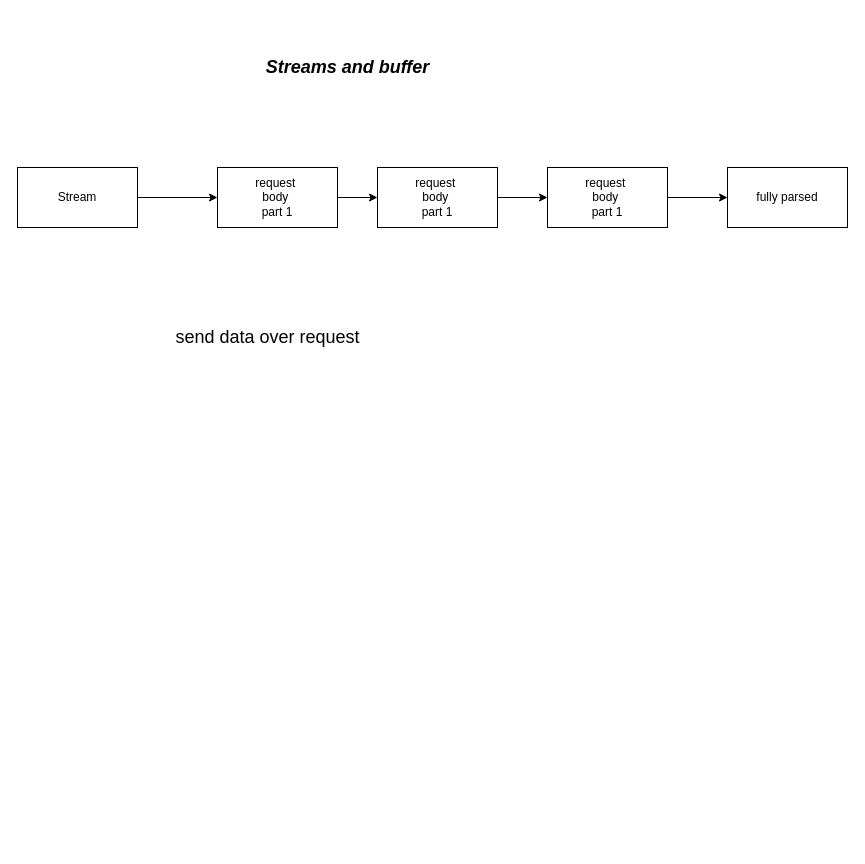
The draw.io diagram NodeJS/Diagrams.drawio in dhanushkumar-amk/Shadcn-Tutorial, before the edit. Source tidied: cells renumbered, new cells numbered last; positions are measured from the earlier drawing's top-left corner, leaving out a move shared by most shapes. Both pictures are drawn from the tidied source at 100%, with x=0, y=0 at pixel (17, 47).
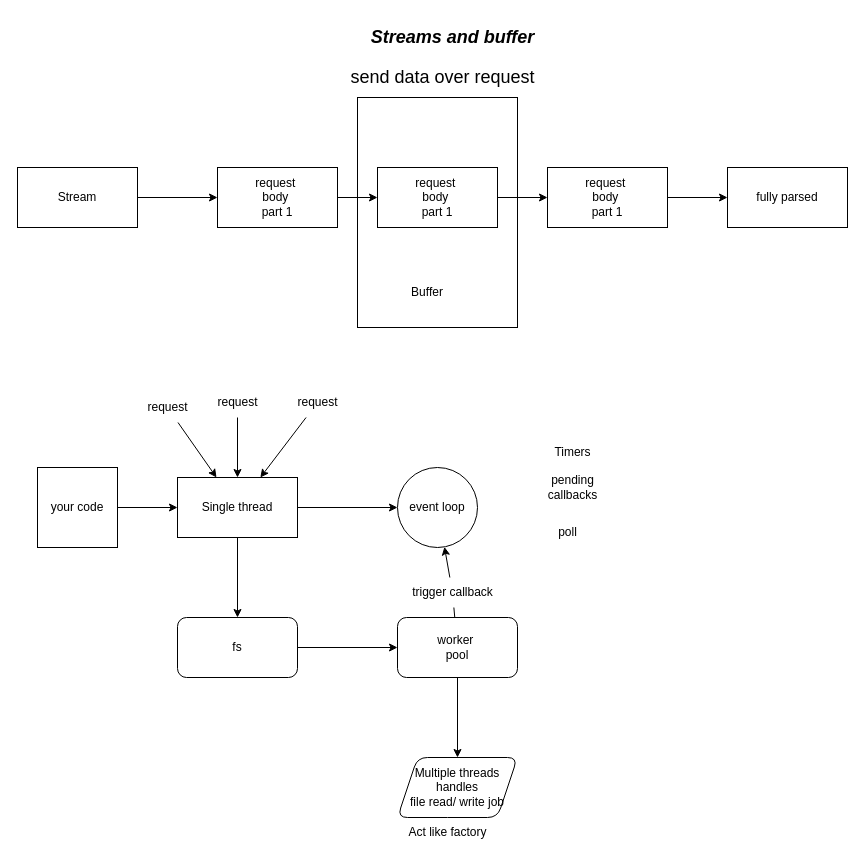
The same diagram, later.

The edit, as a diff of the source:
```diff
@@
+    <mxCell id="13" style="rounded=0;whiteSpace=wrap;html=1;" parent="1" vertex="1">
+      <mxGeometry x="340" y="50" width="160" height="230" as="geometry" />
+    </mxCell>
@@
     <mxCell id="11" value="&lt;font style=&quot;font-size: 18px;&quot;&gt;&lt;b&gt;&lt;i&gt;Streams and buffer&lt;/i&gt;&lt;/b&gt;&lt;/font&gt;" style="text;html=1;align=center;verticalAlign=middle;strokeColor=none;fillColor=none;" parent="1" vertex="1">
-      <mxGeometry x="235" width="190" height="40" as="geometry" />
+      <mxGeometry x="340" y="-30" width="190" height="40" as="geometry" />
     </mxCell>
     <mxCell id="12" value="send data over request" style="text;html=1;align=center;verticalAlign=middle;strokeColor=none;fillColor=none;fontSize=18;" parent="1" vertex="1">
-      <mxGeometry x="145" y="270" width="210" height="40" as="geometry" />
+      <mxGeometry x="320" y="10" width="210" height="40" as="geometry" />
     </mxCell>
+    <mxCell id="14" value="Buffer" style="text;html=1;strokeColor=none;fillColor=none;align=center;verticalAlign=middle;whiteSpace=wrap;rounded=0;" parent="1" vertex="1">
+      <mxGeometry x="380" y="230" width="60" height="30" as="geometry" />
+    </mxCell>
+    <mxCell id="15" style="edgeStyle=none;html=1;" parent="1" edge="1" source="16" target="19">
+      <mxGeometry relative="1" as="geometry" />
+    </mxCell>
+    <mxCell id="16" value="your code" style="whiteSpace=wrap;html=1;" parent="1" vertex="1">
+      <mxGeometry x="20" y="420" width="80" height="80" as="geometry" />
+    </mxCell>
+    <mxCell id="17" style="edgeStyle=none;html=1;" parent="1" edge="1" source="19" target="20">
+      <mxGeometry relative="1" as="geometry" />
+    </mxCell>
+    <mxCell id="18" style="edgeStyle=none;html=1;" parent="1" edge="1" source="19" target="22">
+      <mxGeometry relative="1" as="geometry" />
+    </mxCell>
+    <mxCell id="19" value="Single thread" style="whiteSpace=wrap;html=1;" parent="1" vertex="1">
+      <mxGeometry x="160" y="430" width="120" height="60" as="geometry" />
+    </mxCell>
+    <mxCell id="20" value="event loop" style="ellipse;whiteSpace=wrap;html=1;" parent="1" vertex="1">
+      <mxGeometry x="380" y="420" width="80" height="80" as="geometry" />
+    </mxCell>
+    <mxCell id="21" style="edgeStyle=none;html=1;" parent="1" edge="1" source="22" target="25">
+      <mxGeometry relative="1" as="geometry" />
+    </mxCell>
+    <mxCell id="22" value="fs" style="rounded=1;whiteSpace=wrap;html=1;" parent="1" vertex="1">
+      <mxGeometry x="160" y="570" width="120" height="60" as="geometry" />
+    </mxCell>
+    <mxCell id="23" style="edgeStyle=none;html=1;" parent="1" edge="1" source="25" target="26">
+      <mxGeometry relative="1" as="geometry" />
+    </mxCell>
+    <mxCell id="24" style="edgeStyle=none;html=1;startArrow=none;" parent="1" edge="1" source="38" target="20">
+      <mxGeometry relative="1" as="geometry" />
+    </mxCell>
+    <mxCell id="25" value="worker&amp;nbsp;&lt;br&gt;pool" style="rounded=1;whiteSpace=wrap;html=1;" parent="1" vertex="1">
+      <mxGeometry x="380" y="570" width="120" height="60" as="geometry" />
+    </mxCell>
+    <mxCell id="26" value="Multiple threads&lt;br&gt;handles&lt;br&gt;file read/ write job" style="shape=parallelogram;perimeter=parallelogramPerimeter;whiteSpace=wrap;html=1;fixedSize=1;rounded=1;" parent="1" vertex="1">
+      <mxGeometry x="380" y="710" width="120" height="60" as="geometry" />
+    </mxCell>
+    <mxCell id="27" style="edgeStyle=none;html=1;" parent="1" edge="1" source="28" target="19">
+      <mxGeometry relative="1" as="geometry" />
+    </mxCell>
+    <mxCell id="28" value="request" style="text;html=1;align=center;verticalAlign=middle;points=[];strokeColor=none;fillColor=none;" parent="1" vertex="1">
+      <mxGeometry x="120" y="345" width="60" height="30" as="geometry" />
+    </mxCell>
+    <mxCell id="29" style="edgeStyle=none;html=1;" parent="1" edge="1" source="30" target="19">
+      <mxGeometry relative="1" as="geometry" />
+    </mxCell>
+    <mxCell id="30" value="request" style="text;html=1;align=center;verticalAlign=middle;points=[];strokeColor=none;fillColor=none;" parent="1" vertex="1">
+      <mxGeometry x="190" y="340" width="60" height="30" as="geometry" />
+    </mxCell>
+    <mxCell id="31" style="edgeStyle=none;html=1;" parent="1" edge="1" source="32" target="19">
+      <mxGeometry relative="1" as="geometry" />
+    </mxCell>
+    <mxCell id="32" value="request" style="text;html=1;align=center;verticalAlign=middle;points=[];strokeColor=none;fillColor=none;" parent="1" vertex="1">
+      <mxGeometry x="270" y="340" width="60" height="30" as="geometry" />
+    </mxCell>
+    <mxCell id="33" value="Act like factory" style="text;html=1;align=center;verticalAlign=middle;strokeColor=none;fillColor=none;" parent="1" vertex="1">
+      <mxGeometry x="380" y="770" width="100" height="30" as="geometry" />
+    </mxCell>
+    <mxCell id="34" value="Timers" style="text;html=1;align=center;verticalAlign=middle;strokeColor=none;fillColor=none;" parent="1" vertex="1">
+      <mxGeometry x="525" y="390" width="60" height="30" as="geometry" />
+    </mxCell>
+    <mxCell id="35" value="pending&lt;br&gt;callbacks&lt;br&gt;" style="text;html=1;align=center;verticalAlign=middle;strokeColor=none;fillColor=none;" parent="1" vertex="1">
+      <mxGeometry x="520" y="420" width="70" height="40" as="geometry" />
+    </mxCell>
+    <mxCell id="36" value="poll" style="text;html=1;align=center;verticalAlign=middle;strokeColor=none;fillColor=none;" parent="1" vertex="1">
+      <mxGeometry x="530" y="470" width="40" height="30" as="geometry" />
+    </mxCell>
+    <mxCell id="37" style="edgeStyle=none;html=1;endArrow=none;" parent="1" edge="1" source="25" target="38">
+      <mxGeometry relative="1" as="geometry" />
+    </mxCell>
+    <mxCell id="38" value="trigger callback" style="text;html=1;align=center;verticalAlign=middle;points=[];strokeColor=none;fillColor=none;" parent="1" vertex="1">
+      <mxGeometry x="385" y="530" width="100" height="30" as="geometry" />
+    </mxCell>
```
